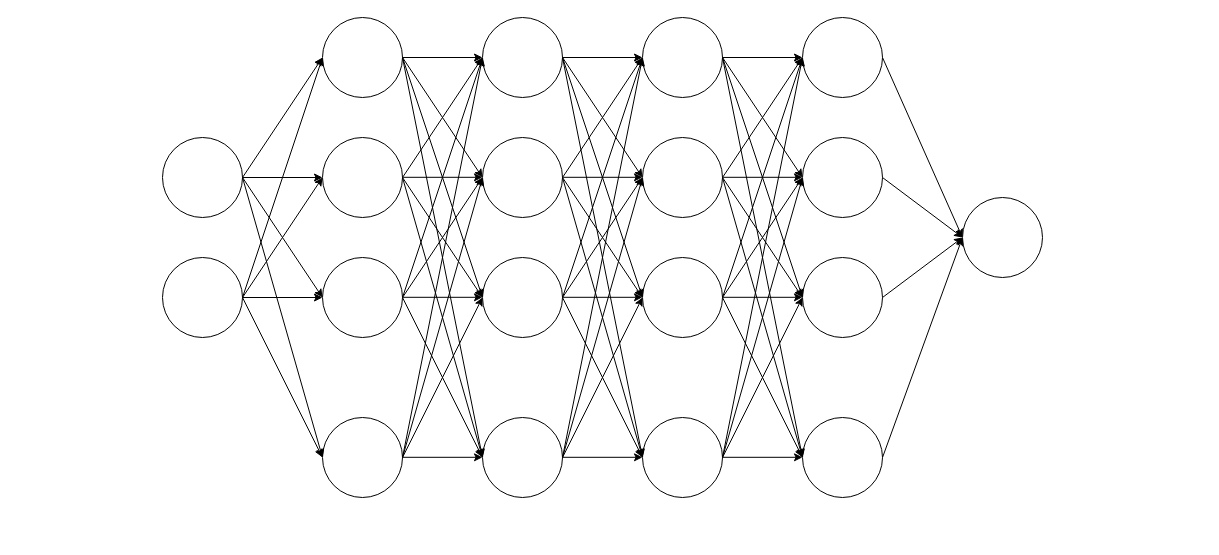
heberallin/ANN_mineralresources keeps this draw.io diagram as Diagrama sin título.drawio. Above is the earlier version. Source tidied: cells renumbered, new cells numbered last; positions are measured from the earlier drawing's top-left corner, leaving out a move shared by most shapes. Both pictures are drawn from the tidied source at 100%, with x=0, y=0 at pixel (162, 17).
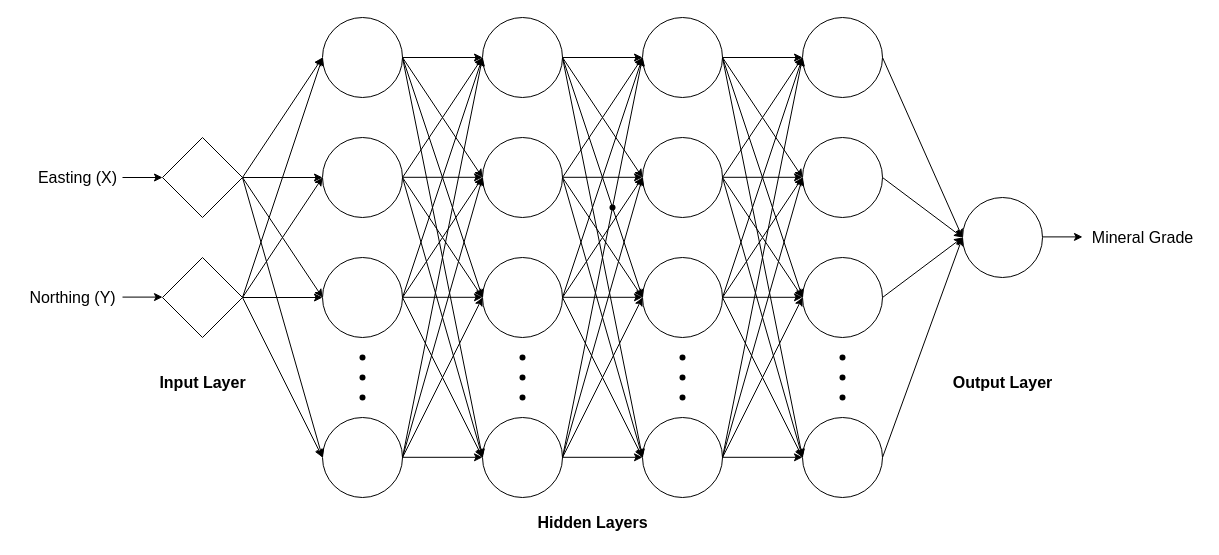
The same page after the edit.

The change refers to these unchanged cells:
```xml
<mxCell id="4" style="ellipse;whiteSpace=wrap;html=1;" parent="1" vertex="1">
  <mxGeometry x="160" y="120" width="80" height="80" as="geometry" />
</mxCell>
<mxCell id="5" style="ellipse;whiteSpace=wrap;html=1;" parent="1" vertex="1">
  <mxGeometry x="160" width="80" height="80" as="geometry" />
</mxCell>
<mxCell id="6" style="ellipse;whiteSpace=wrap;html=1;" parent="1" vertex="1">
  <mxGeometry x="160" y="240" width="80" height="80" as="geometry" />
</mxCell>
<mxCell id="7" style="ellipse;whiteSpace=wrap;html=1;" parent="1" vertex="1">
  <mxGeometry x="160" y="400" width="80" height="80" as="geometry" />
</mxCell>
```

The edit, as a diff of the source:
```diff
@@
-    <mxCell id="2" style="ellipse;whiteSpace=wrap;html=1;" parent="1" vertex="1">
-      <mxGeometry y="120" width="80" height="80" as="geometry" />
-    </mxCell>
-    <mxCell id="3" style="ellipse;whiteSpace=wrap;html=1;" parent="1" vertex="1">
-      <mxGeometry y="240" width="80" height="80" as="geometry" />
-    </mxCell>
@@
-    <mxCell id="13" style="endArrow=classic;html=1;rounded=0;exitX=1;exitY=0.5;exitDx=0;exitDy=0;entryX=0;entryY=0.5;entryDx=0;entryDy=0;" parent="1" edge="1" source="2" target="5">
-      <mxGeometry relative="1" as="geometry" />
+    <mxCell id="13" style="endArrow=classic;html=1;rounded=0;exitX=1;exitY=0.5;exitDx=0;exitDy=0;entryX=0;entryY=0.5;entryDx=0;entryDy=0;" parent="1" edge="1" target="5">
+      <mxGeometry relative="1" as="geometry">
+        <mxPoint x="80" y="160" as="sourcePoint" />
+      </mxGeometry>
     </mxCell>
@@
-    <mxCell id="15" style="endArrow=classic;html=1;rounded=0;exitX=1;exitY=0.5;exitDx=0;exitDy=0;entryX=0;entryY=0.5;entryDx=0;entryDy=0;" parent="1" edge="1" source="2" target="6">
-      <mxGeometry relative="1" as="geometry" />
+    <mxCell id="15" style="endArrow=classic;html=1;rounded=0;exitX=1;exitY=0.5;exitDx=0;exitDy=0;entryX=0;entryY=0.5;entryDx=0;entryDy=0;" parent="1" edge="1" target="6">
+      <mxGeometry relative="1" as="geometry">
+        <mxPoint x="80" y="160" as="sourcePoint" />
+      </mxGeometry>
     </mxCell>
-    <mxCell id="16" style="endArrow=classic;html=1;rounded=0;exitX=1;exitY=0.5;exitDx=0;exitDy=0;entryX=0;entryY=0.5;entryDx=0;entryDy=0;" parent="1" edge="1" source="2" target="4">
-      <mxGeometry relative="1" as="geometry" />
+    <mxCell id="16" style="endArrow=classic;html=1;rounded=0;exitX=1;exitY=0.5;exitDx=0;exitDy=0;entryX=0;entryY=0.5;entryDx=0;entryDy=0;" parent="1" edge="1" target="4">
+      <mxGeometry relative="1" as="geometry">
+        <mxPoint x="80" y="160" as="sourcePoint" />
+      </mxGeometry>
     </mxCell>
-    <mxCell id="17" style="endArrow=classic;html=1;rounded=0;exitX=1;exitY=0.5;exitDx=0;exitDy=0;entryX=0;entryY=0.5;entryDx=0;entryDy=0;" parent="1" edge="1" source="3" target="6">
-      <mxGeometry relative="1" as="geometry" />
+    <mxCell id="17" style="endArrow=classic;html=1;rounded=0;exitX=1;exitY=0.5;exitDx=0;exitDy=0;entryX=0;entryY=0.5;entryDx=0;entryDy=0;" parent="1" edge="1" target="6">
+      <mxGeometry relative="1" as="geometry">
+        <mxPoint x="80" y="280" as="sourcePoint" />
+      </mxGeometry>
     </mxCell>
-    <mxCell id="18" style="endArrow=classic;html=1;rounded=0;exitX=1;exitY=0.5;exitDx=0;exitDy=0;entryX=0;entryY=0.5;entryDx=0;entryDy=0;" parent="1" edge="1" source="3" target="7">
-      <mxGeometry relative="1" as="geometry" />
+    <mxCell id="18" style="endArrow=classic;html=1;rounded=0;exitX=1;exitY=0.5;exitDx=0;exitDy=0;entryX=0;entryY=0.5;entryDx=0;entryDy=0;" parent="1" edge="1" target="7">
+      <mxGeometry relative="1" as="geometry">
+        <mxPoint x="80" y="280" as="sourcePoint" />
+      </mxGeometry>
     </mxCell>
-    <mxCell id="19" style="endArrow=classic;html=1;rounded=0;exitX=1;exitY=0.5;exitDx=0;exitDy=0;entryX=0;entryY=0.5;entryDx=0;entryDy=0;" parent="1" edge="1" source="3" target="5">
-      <mxGeometry relative="1" as="geometry" />
+    <mxCell id="19" style="endArrow=classic;html=1;rounded=0;exitX=1;exitY=0.5;exitDx=0;exitDy=0;entryX=0;entryY=0.5;entryDx=0;entryDy=0;" parent="1" edge="1" target="5">
+      <mxGeometry relative="1" as="geometry">
+        <mxPoint x="80" y="280" as="sourcePoint" />
+      </mxGeometry>
     </mxCell>
-    <mxCell id="20" style="endArrow=classic;html=1;rounded=0;exitX=1;exitY=0.5;exitDx=0;exitDy=0;entryX=0;entryY=0.5;entryDx=0;entryDy=0;" parent="1" edge="1" source="3" target="4">
-      <mxGeometry relative="1" as="geometry" />
+    <mxCell id="20" style="endArrow=classic;html=1;rounded=0;exitX=1;exitY=0.5;exitDx=0;exitDy=0;entryX=0;entryY=0.5;entryDx=0;entryDy=0;" parent="1" edge="1" target="4">
+      <mxGeometry relative="1" as="geometry">
+        <mxPoint x="80" y="280" as="sourcePoint" />
+      </mxGeometry>
     </mxCell>
@@
+    <mxCell id="81" style="shape=waypoint;sketch=0;fillStyle=solid;size=6;fillColor=none;perimeter=centerPerimeter;" parent="1" vertex="1">
+      <mxGeometry x="440" y="180" width="20" height="20" as="geometry" />
+    </mxCell>
+    <mxCell id="82" style="shape=waypoint;sketch=0;fillStyle=solid;size=6;fillColor=none;perimeter=centerPerimeter;" parent="1" vertex="1">
+      <mxGeometry x="190" y="330" width="20" height="20" as="geometry" />
+    </mxCell>
+    <mxCell id="83" style="shape=waypoint;sketch=0;fillStyle=solid;size=6;fillColor=none;perimeter=centerPerimeter;" parent="1" vertex="1">
+      <mxGeometry x="190" y="350" width="20" height="20" as="geometry" />
+    </mxCell>
+    <mxCell id="84" style="shape=waypoint;sketch=0;fillStyle=solid;size=6;fillColor=none;perimeter=centerPerimeter;" parent="1" vertex="1">
+      <mxGeometry x="190" y="370" width="20" height="20" as="geometry" />
+    </mxCell>
+    <mxCell id="85" style="shape=waypoint;sketch=0;fillStyle=solid;size=6;fillColor=none;perimeter=centerPerimeter;" parent="1" vertex="1">
+      <mxGeometry x="350" y="330" width="20" height="20" as="geometry" />
+    </mxCell>
+    <mxCell id="86" style="shape=waypoint;sketch=0;fillStyle=solid;size=6;fillColor=none;perimeter=centerPerimeter;" parent="1" vertex="1">
+      <mxGeometry x="350" y="350" width="20" height="20" as="geometry" />
+    </mxCell>
+    <mxCell id="87" style="shape=waypoint;sketch=0;fillStyle=solid;size=6;fillColor=none;perimeter=centerPerimeter;" parent="1" vertex="1">
+      <mxGeometry x="350" y="370" width="20" height="20" as="geometry" />
+    </mxCell>
+    <mxCell id="88" style="shape=waypoint;sketch=0;fillStyle=solid;size=6;fillColor=none;perimeter=centerPerimeter;" parent="1" vertex="1">
+      <mxGeometry x="510" y="330" width="20" height="20" as="geometry" />
+    </mxCell>
+    <mxCell id="89" style="shape=waypoint;sketch=0;fillStyle=solid;size=6;fillColor=none;perimeter=centerPerimeter;" parent="1" vertex="1">
+      <mxGeometry x="510" y="350" width="20" height="20" as="geometry" />
+    </mxCell>
+    <mxCell id="90" style="shape=waypoint;sketch=0;fillStyle=solid;size=6;fillColor=none;perimeter=centerPerimeter;" parent="1" vertex="1">
+      <mxGeometry x="510" y="370" width="20" height="20" as="geometry" />
+    </mxCell>
+    <mxCell id="91" style="shape=waypoint;sketch=0;fillStyle=solid;size=6;fillColor=none;perimeter=centerPerimeter;" parent="1" vertex="1">
+      <mxGeometry x="670" y="330" width="20" height="20" as="geometry" />
+    </mxCell>
+    <mxCell id="92" style="shape=waypoint;sketch=0;fillStyle=solid;size=6;fillColor=none;perimeter=centerPerimeter;" parent="1" vertex="1">
+      <mxGeometry x="670" y="350" width="20" height="20" as="geometry" />
+    </mxCell>
+    <mxCell id="93" style="shape=waypoint;sketch=0;fillStyle=solid;size=6;fillColor=none;perimeter=centerPerimeter;" parent="1" vertex="1">
+      <mxGeometry x="670" y="370" width="20" height="20" as="geometry" />
+    </mxCell>
+    <mxCell id="94" style="endArrow=classic;html=1;rounded=0;entryX=0;entryY=0.5;entryDx=0;entryDy=0;" parent="1" edge="1">
+      <mxGeometry relative="1" as="geometry">
+        <mxPoint x="-40" y="160" as="sourcePoint" />
+        <mxPoint y="160" as="targetPoint" />
+      </mxGeometry>
+    </mxCell>
+    <mxCell id="95" style="endArrow=classic;html=1;rounded=0;entryX=0;entryY=0.5;entryDx=0;entryDy=0;" parent="1" edge="1">
+      <mxGeometry relative="1" as="geometry">
+        <mxPoint x="-40" y="279.6" as="sourcePoint" />
+        <mxPoint y="279.6" as="targetPoint" />
+      </mxGeometry>
+    </mxCell>
+    <mxCell id="96" style="endArrow=classic;html=1;rounded=0;entryX=0;entryY=0.5;entryDx=0;entryDy=0;" parent="1" edge="1">
+      <mxGeometry relative="1" as="geometry">
+        <mxPoint x="880" y="219.4" as="sourcePoint" />
+        <mxPoint x="920" y="219.4" as="targetPoint" />
+      </mxGeometry>
+    </mxCell>
+    <mxCell id="97" value="Input Layer" style="text;html=1;align=center;verticalAlign=middle;strokeColor=none;fillColor=none;fontSize=16;fontStyle=1;" parent="1" vertex="1">
+      <mxGeometry x="-15" y="350" width="110" height="30" as="geometry" />
+    </mxCell>
+    <mxCell id="98" value="Hidden Layers" style="text;html=1;align=center;verticalAlign=middle;strokeColor=none;fillColor=none;fontSize=16;fontStyle=1;" parent="1" vertex="1">
+      <mxGeometry x="365" y="490" width="130" height="30" as="geometry" />
+    </mxCell>
+    <mxCell id="99" value="Output Layer" style="text;html=1;align=center;verticalAlign=middle;strokeColor=none;fillColor=none;fontSize=16;fontStyle=1;" parent="1" vertex="1">
+      <mxGeometry x="780" y="350" width="120" height="30" as="geometry" />
+    </mxCell>
+    <mxCell id="100" value="Easting (X)" style="text;html=1;align=center;verticalAlign=middle;strokeColor=none;fillColor=none;fontSize=16;" parent="1" vertex="1">
+      <mxGeometry x="-135" y="145" width="100" height="30" as="geometry" />
+    </mxCell>
+    <mxCell id="101" value="Northing (Y)" style="text;html=1;align=center;verticalAlign=middle;strokeColor=none;fillColor=none;fontSize=16;" parent="1" vertex="1">
+      <mxGeometry x="-145" y="265" width="110" height="30" as="geometry" />
+    </mxCell>
+    <mxCell id="102" value="Mineral Grade" style="text;html=1;align=center;verticalAlign=middle;strokeColor=none;fillColor=none;fontSize=16;" parent="1" vertex="1">
+      <mxGeometry x="920" y="205" width="120" height="30" as="geometry" />
+    </mxCell>
+    <mxCell id="103" style="rhombus;whiteSpace=wrap;html=1;" parent="1" vertex="1">
+      <mxGeometry y="120" width="80" height="80" as="geometry" />
+    </mxCell>
+    <mxCell id="104" style="rhombus;whiteSpace=wrap;html=1;" parent="1" vertex="1">
+      <mxGeometry y="240" width="80" height="80" as="geometry" />
+    </mxCell>
```
